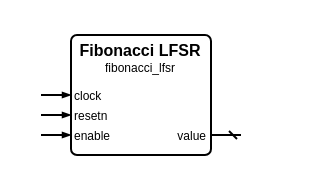
Above: sources/shift_register/fibonacci_lfsr/fibonacci_lfsr.symbol.drawio in Louis-DR/OmniCores-BuildingBlocks (draw.io), before the change. Source tidied: cells renumbered, new cells numbered last; positions are measured from the earlier drawing's top-left corner, leaving out a move shared by most shapes. Both pictures are drawn from the tidied source at 200%, with x=0, y=0 at pixel (40, 34).
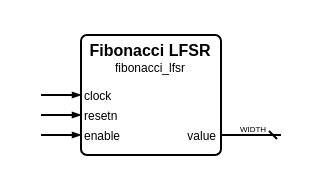
Above is the later version.

The edit, as a diff of the source:
```diff
@@
 <mxGraphModel>
   <root>
     <mxCell id="0" />
     <mxCell id="1" parent="0" />
     <mxCell id="2" style="group;" parent="1" vertex="1">
-      <mxGeometry width="100" height="60" as="geometry" />
+      <mxGeometry width="120" height="60" as="geometry" />
     </mxCell>
     <mxCell id="3" style="rounded=1;arcSize=5;fillColor=none;strokeWidth=1;strokeColor=black;whiteSpace=wrap;html=1;" parent="2" vertex="1">
-      <mxGeometry x="15" width="70" height="60" as="geometry" />
+      <mxGeometry x="20" width="70" height="60" as="geometry" />
     </mxCell>
     <mxCell id="4" value="Fibonacci LFSR" style="text;html=1;align=center;verticalAlign=middle;whiteSpace=wrap;rounded=0;fontSize=8;fontStyle=1;fontColor=black;" parent="2" vertex="1">
-      <mxGeometry x="15" y="7" width="70" as="geometry" />
+      <mxGeometry x="20" y="7" width="70" as="geometry" />
     </mxCell>
     <mxCell id="5" value="fibonacci_lfsr" style="text;html=1;align=center;verticalAlign=middle;whiteSpace=wrap;rounded=0;fontSize=6;fontStyle=0;fontColor=black;" parent="2" vertex="1">
-      <mxGeometry x="15" y="16" width="70" as="geometry" />
+      <mxGeometry x="20" y="16" width="70" as="geometry" />
     </mxCell>
     <mxCell id="6" value="clock" style="text;html=1;align=left;verticalAlign=middle;whiteSpace=wrap;rounded=0;fontSize=6;fontStyle=0;fontColor=black;" parent="2" vertex="1">
-      <mxGeometry x="15" y="30" width="70" as="geometry" />
+      <mxGeometry x="20" y="30" width="70" as="geometry" />
     </mxCell>
     <mxCell id="7" style="html=1;rounded=1;strokeWidth=1;strokeColor=black;startFill=0;startSize=2;startArrow=none;endFill=1;endSize=2;endArrow=blockThin;sourcePerimeterSpacing=0;" parent="2" edge="1">
       <mxGeometry relative="1" as="geometry">
         <mxPoint y="30" as="sourcePoint" />
-        <mxPoint x="15" y="30" as="targetPoint" />
+        <mxPoint x="20" y="30" as="targetPoint" />
       </mxGeometry>
     </mxCell>
     <mxCell id="8" value="resetn" style="text;html=1;align=left;verticalAlign=middle;whiteSpace=wrap;rounded=0;fontSize=6;fontStyle=0;fontColor=black;" parent="2" vertex="1">
-      <mxGeometry x="15" y="40" width="70" as="geometry" />
+      <mxGeometry x="20" y="40" width="70" as="geometry" />
     </mxCell>
     <mxCell id="9" style="html=1;rounded=1;strokeWidth=1;strokeColor=black;startFill=0;startSize=2;startArrow=none;endFill=1;endSize=2;endArrow=blockThin;sourcePerimeterSpacing=0;" parent="2" edge="1">
       <mxGeometry relative="1" as="geometry">
         <mxPoint y="40" as="sourcePoint" />
-        <mxPoint x="15" y="40" as="targetPoint" />
+        <mxPoint x="20" y="40" as="targetPoint" />
       </mxGeometry>
     </mxCell>
     <mxCell id="10" value="enable" style="text;html=1;align=left;verticalAlign=middle;whiteSpace=wrap;rounded=0;fontSize=6;fontStyle=0;fontColor=black;" parent="2" vertex="1">
-      <mxGeometry x="15" y="50" width="70" as="geometry" />
+      <mxGeometry x="20" y="50" width="70" as="geometry" />
     </mxCell>
     <mxCell id="11" style="html=1;rounded=1;strokeWidth=1;strokeColor=black;startFill=0;startSize=2;startArrow=none;endFill=1;endSize=2;endArrow=blockThin;sourcePerimeterSpacing=0;" parent="2" edge="1">
       <mxGeometry relative="1" as="geometry">
         <mxPoint y="50" as="sourcePoint" />
-        <mxPoint x="15" y="50" as="targetPoint" />
+        <mxPoint x="20" y="50" as="targetPoint" />
       </mxGeometry>
     </mxCell>
     <mxCell id="12" value="value" style="text;html=1;align=right;verticalAlign=middle;whiteSpace=wrap;rounded=0;fontSize=6;fontStyle=0;fontColor=black;" parent="2" vertex="1">
-      <mxGeometry x="15" y="50" width="70" as="geometry" />
+      <mxGeometry x="20" y="50" width="70" as="geometry" />
     </mxCell>
     <mxCell id="13" style="html=1;rounded=1;strokeWidth=1;strokeColor=black;startFill=0;startSize=2;startArrow=dash;endFill=1;endSize=2;endArrow=none;sourcePerimeterSpacing=0;" parent="2" edge="1">
       <mxGeometry relative="1" as="geometry">
-        <mxPoint x="100" y="50" as="sourcePoint" />
-        <mxPoint x="85" y="50" as="targetPoint" />
+        <mxPoint x="120" y="50" as="sourcePoint" />
+        <mxPoint x="90" y="50" as="targetPoint" />
       </mxGeometry>
     </mxCell>
+    <mxCell id="14" value="WIDTH" style="text;html=1;align=center;verticalAlign=middle;whiteSpace=nowrap;rounded=0;fontSize=4;fontStyle=0;fontColor=black;" parent="2" vertex="1">
+      <mxGeometry x="105" y="47" as="geometry" />
+    </mxCell>
   </root>
 </mxGraphModel>
```
